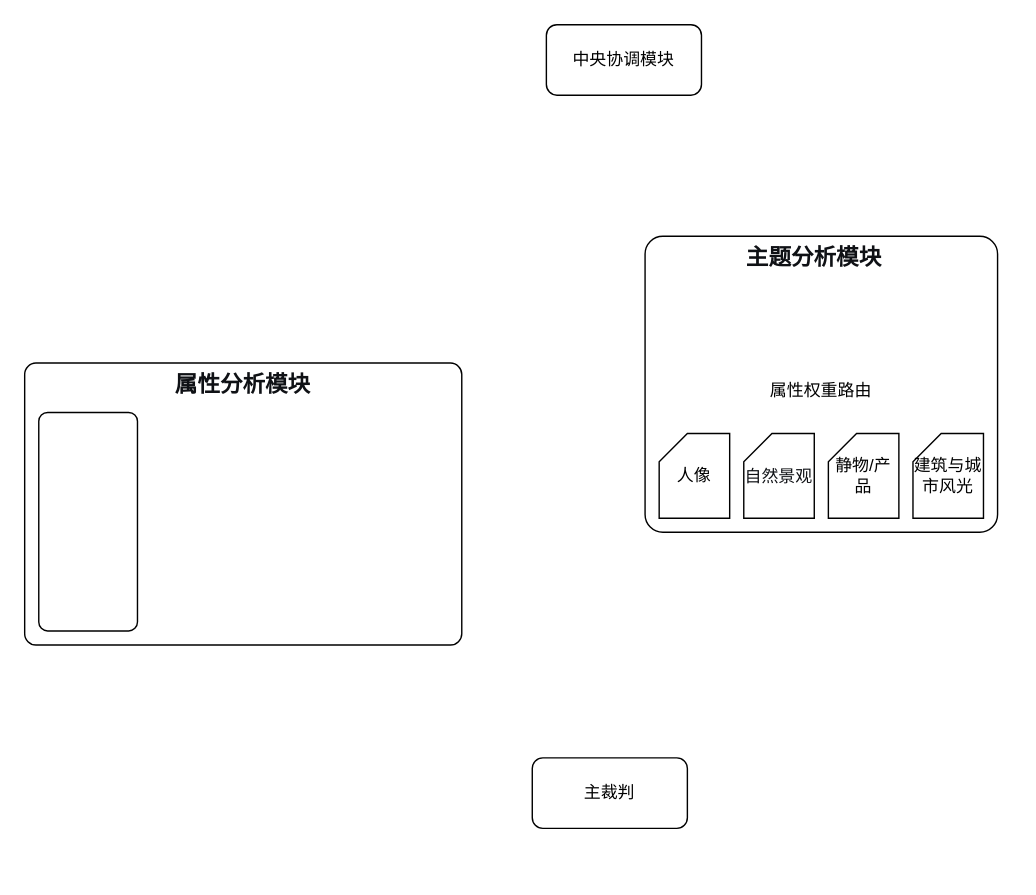
The draw.io diagram Agent美学评分.drawio in JackChanel/drawio, before the edit. Source tidied: cells renumbered, new cells numbered last; positions are measured from the earlier drawing's top-left corner, leaving out a move shared by most shapes. Both pictures are drawn from the tidied source at 141%, with x=0, y=0 at pixel (24, 24).
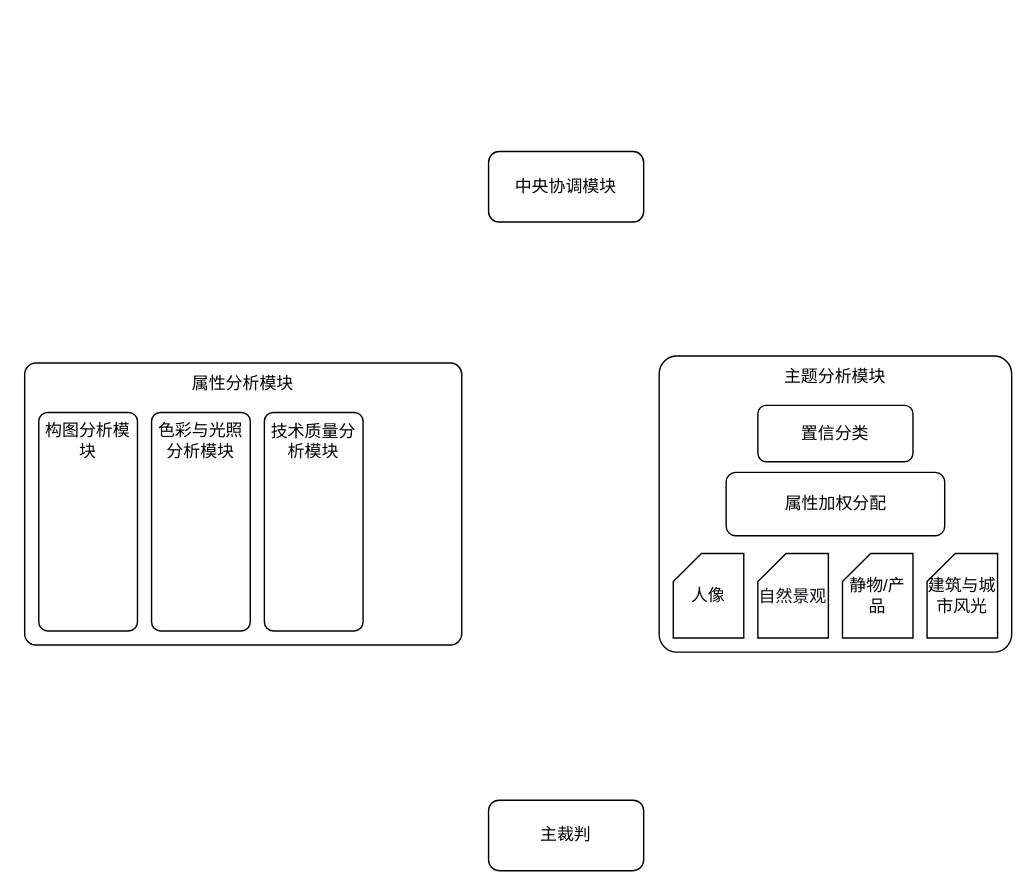
The same page after the edit.

Commit message (it also covers changes not shown here):
更新Agent美学评分.drawio

Change to the diagram source:
```diff
@@
 <mxGraphModel>
   <root>
     <mxCell id="0" />
     <mxCell id="1" parent="0" />
     <mxCell id="2" value="中央协调模块" style="rounded=1;whiteSpace=wrap;html=1;" parent="1" vertex="1">
-      <mxGeometry x="370" width="110" height="50" as="geometry" />
+      <mxGeometry x="329" y="90" width="110" height="50" as="geometry" />
     </mxCell>
     <mxCell id="3" value="主裁判" style="rounded=1;whiteSpace=wrap;html=1;" parent="1" vertex="1">
-      <mxGeometry x="360" y="520" width="110" height="50" as="geometry" />
+      <mxGeometry x="329" y="550" width="110" height="50" as="geometry" />
     </mxCell>
     <mxCell id="4" style="rounded=1;whiteSpace=wrap;html=1;arcSize=4;" parent="1" vertex="1">
       <mxGeometry y="240" width="310" height="200" as="geometry" />
     </mxCell>
-    <mxCell id="5" value="&lt;span style=&quot;font-weight: 600; color: rgb(15, 17, 21); font-family: quote-cjk-patch, Inter, system-ui, -apple-system, BlinkMacSystemFont, &amp;quot;Segoe UI&amp;quot;, Roboto, Oxygen, Ubuntu, Cantarell, &amp;quot;Open Sans&amp;quot;, &amp;quot;Helvetica Neue&amp;quot;, sans-serif; font-size: 16px; text-align: start; background-color: rgb(255, 255, 255);&quot;&gt;属性分析模块&lt;/span&gt;" style="text;html=1;whiteSpace=wrap;strokeColor=none;fillColor=none;align=center;verticalAlign=middle;rounded=0;" parent="1" vertex="1">
-      <mxGeometry y="240" width="310" height="30" as="geometry" />
-    </mxCell>
     <mxCell id="6" style="rounded=1;whiteSpace=wrap;html=1;arcSize=9;" parent="1" vertex="1">
       <mxGeometry x="10" y="275" width="70" height="155" as="geometry" />
     </mxCell>
     <mxCell id="7" style="rounded=1;whiteSpace=wrap;html=1;arcSize=6;" parent="1" vertex="1">
-      <mxGeometry x="440" y="150" width="250" height="210" as="geometry" />
+      <mxGeometry x="450" y="235" width="250" height="210" as="geometry" />
     </mxCell>
-    <mxCell id="8" value="&lt;span style=&quot;font-weight: 600; color: rgb(15, 17, 21); font-family: quote-cjk-patch, Inter, system-ui, -apple-system, BlinkMacSystemFont, &amp;quot;Segoe UI&amp;quot;, Roboto, Oxygen, Ubuntu, Cantarell, &amp;quot;Open Sans&amp;quot;, &amp;quot;Helvetica Neue&amp;quot;, sans-serif; font-size: 16px; text-align: start; background-color: rgb(255, 255, 255);&quot;&gt;主题分析模块&lt;/span&gt;" style="text;html=1;whiteSpace=wrap;strokeColor=none;fillColor=none;align=center;verticalAlign=middle;rounded=0;" parent="1" vertex="1">
-      <mxGeometry x="430" y="150" width="260" height="30" as="geometry" />
-    </mxCell>
     <mxCell id="9" value="人像" style="shape=card;whiteSpace=wrap;html=1;size=20;" parent="1" vertex="1">
-      <mxGeometry x="450" y="290" width="50" height="60" as="geometry" />
+      <mxGeometry x="460" y="375" width="50" height="60" as="geometry" />
     </mxCell>
     <mxCell id="10" value="&lt;h4 style=&quot;font-variant-numeric: normal; font-variant-east-asian: normal; font-variant-alternates: normal; font-size-adjust: none; font-kerning: auto; font-optical-sizing: auto; font-feature-settings: normal; font-variation-settings: normal; font-variant-position: normal; font-variant-emoji: normal; font-stretch: normal; line-height: 28px; font-family: quote-cjk-patch, Inter, system-ui, -apple-system, BlinkMacSystemFont, &amp;quot;Segoe UI&amp;quot;, Roboto, Oxygen, Ubuntu, Cantarell, &amp;quot;Open Sans&amp;quot;, &amp;quot;Helvetica Neue&amp;quot;, sans-serif; margin: 16px 0px; color: rgb(15, 17, 21); text-align: start;&quot;&gt;&lt;span style=&quot;font-weight: normal;&quot;&gt;&lt;font style=&quot;line-height: 120%;&quot;&gt;自然景观&lt;/font&gt;&lt;/span&gt;&lt;/h4&gt;" style="shape=card;whiteSpace=wrap;html=1;size=20;" parent="1" vertex="1">
-      <mxGeometry x="510" y="290" width="50" height="60" as="geometry" />
+      <mxGeometry x="520" y="375" width="50" height="60" as="geometry" />
     </mxCell>
     <mxCell id="11" value="静物/产品" style="shape=card;whiteSpace=wrap;html=1;size=20;" parent="1" vertex="1">
-      <mxGeometry x="570" y="290" width="50" height="60" as="geometry" />
+      <mxGeometry x="580" y="375" width="50" height="60" as="geometry" />
     </mxCell>
     <mxCell id="12" value="建筑与城市风光" style="shape=card;whiteSpace=wrap;html=1;size=20;" parent="1" vertex="1">
-      <mxGeometry x="630" y="290" width="50" height="60" as="geometry" />
+      <mxGeometry x="640" y="375" width="50" height="60" as="geometry" />
     </mxCell>
-    <mxCell id="13" value="属性权重路由" style="text;html=1;whiteSpace=wrap;strokeColor=none;fillColor=none;align=center;verticalAlign=middle;rounded=0;" parent="1" vertex="1">
-      <mxGeometry x="440" y="245" width="250" height="30" as="geometry" />
-    </mxCell>
+    <mxCell id="14" value="置信分类" style="rounded=1;whiteSpace=wrap;html=1;" parent="1" vertex="1">
+      <mxGeometry x="520" y="270" width="110" height="40" as="geometry" />
+    </mxCell>
+    <mxCell id="15" value="属性加权分配" style="rounded=1;whiteSpace=wrap;html=1;" parent="1" vertex="1">
+      <mxGeometry x="497.5" y="317.5" width="155" height="45" as="geometry" />
+    </mxCell>
+    <mxCell id="16" value="构图分析模块" style="text;html=1;whiteSpace=wrap;strokeColor=none;fillColor=none;align=center;verticalAlign=middle;rounded=0;" parent="1" vertex="1">
+      <mxGeometry x="10" y="280" width="70" height="30" as="geometry" />
+    </mxCell>
+    <mxCell id="5" value="属性分析模块" style="text;html=1;whiteSpace=wrap;strokeColor=none;fillColor=none;align=center;verticalAlign=middle;rounded=0;" parent="1" vertex="1">
+      <mxGeometry y="240" width="310" height="30" as="geometry" />
+    </mxCell>
+    <mxCell id="8" value="主题分析模块" style="text;html=1;whiteSpace=wrap;strokeColor=none;fillColor=none;align=center;verticalAlign=middle;rounded=0;" parent="1" vertex="1">
+      <mxGeometry x="450" y="235" width="250" height="30" as="geometry" />
+    </mxCell>
+    <mxCell id="17" style="rounded=1;whiteSpace=wrap;html=1;arcSize=9;" parent="1" vertex="1">
+      <mxGeometry x="90" y="275" width="70" height="155" as="geometry" />
+    </mxCell>
+    <mxCell id="18" value="色彩与光照分析模块" style="text;html=1;whiteSpace=wrap;strokeColor=none;fillColor=none;align=center;verticalAlign=middle;rounded=0;" parent="1" vertex="1">
+      <mxGeometry x="90" y="280" width="70" height="30" as="geometry" />
+    </mxCell>
+    <mxCell id="19" style="rounded=1;whiteSpace=wrap;html=1;arcSize=9;" parent="1" vertex="1">
+      <mxGeometry x="170" y="275" width="70" height="155" as="geometry" />
+    </mxCell>
+    <mxCell id="20" value="技术质量分析模块" style="text;whiteSpace=wrap;align=center;" parent="1" vertex="1">
+      <mxGeometry x="170" y="275" width="70" height="40" as="geometry" />
+    </mxCell>
   </root>
 </mxGraphModel>
```
